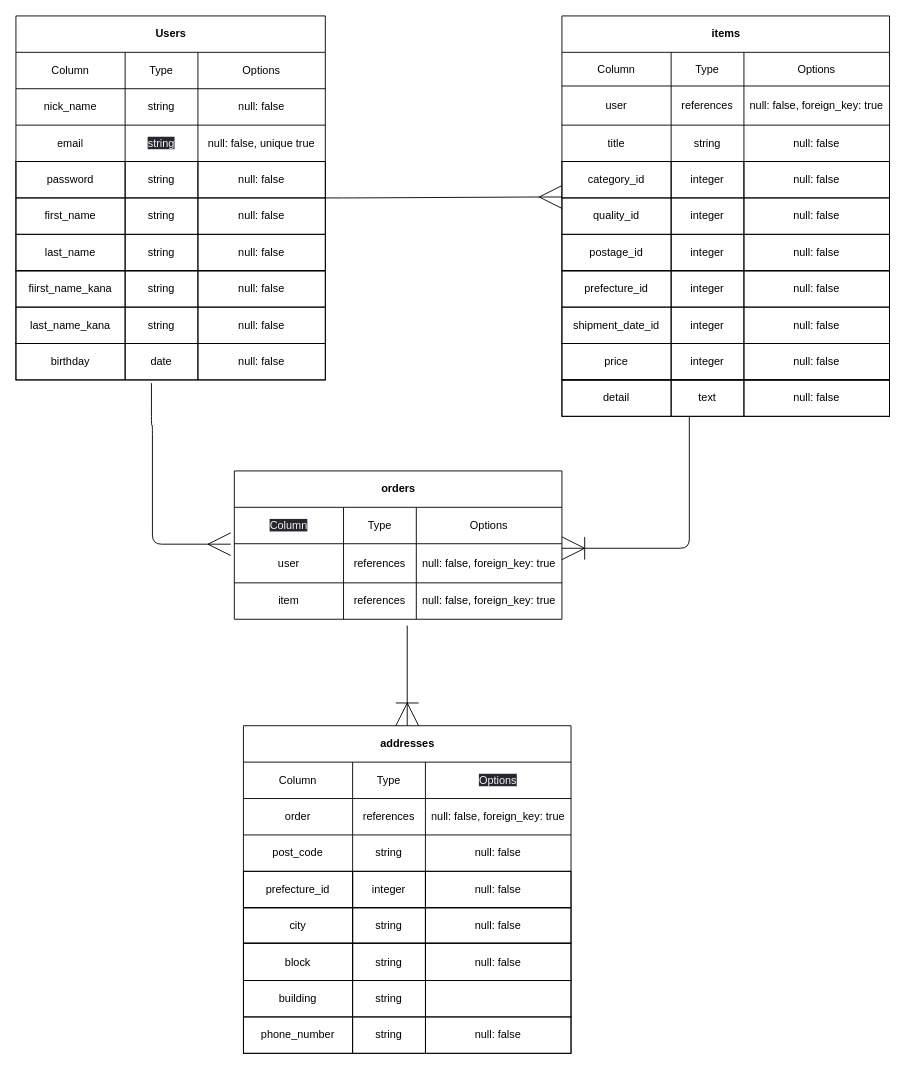
meita33/furima-38931 keeps this draw.io diagram as furima.dio. Above is the earlier version. Source tidied: cells renumbered, new cells numbered last; positions are measured from the earlier drawing's top-left corner, leaving out a move shared by most shapes. Both pictures are drawn from the tidied source at 91%, with x=0, y=0 at pixel (15, 15).
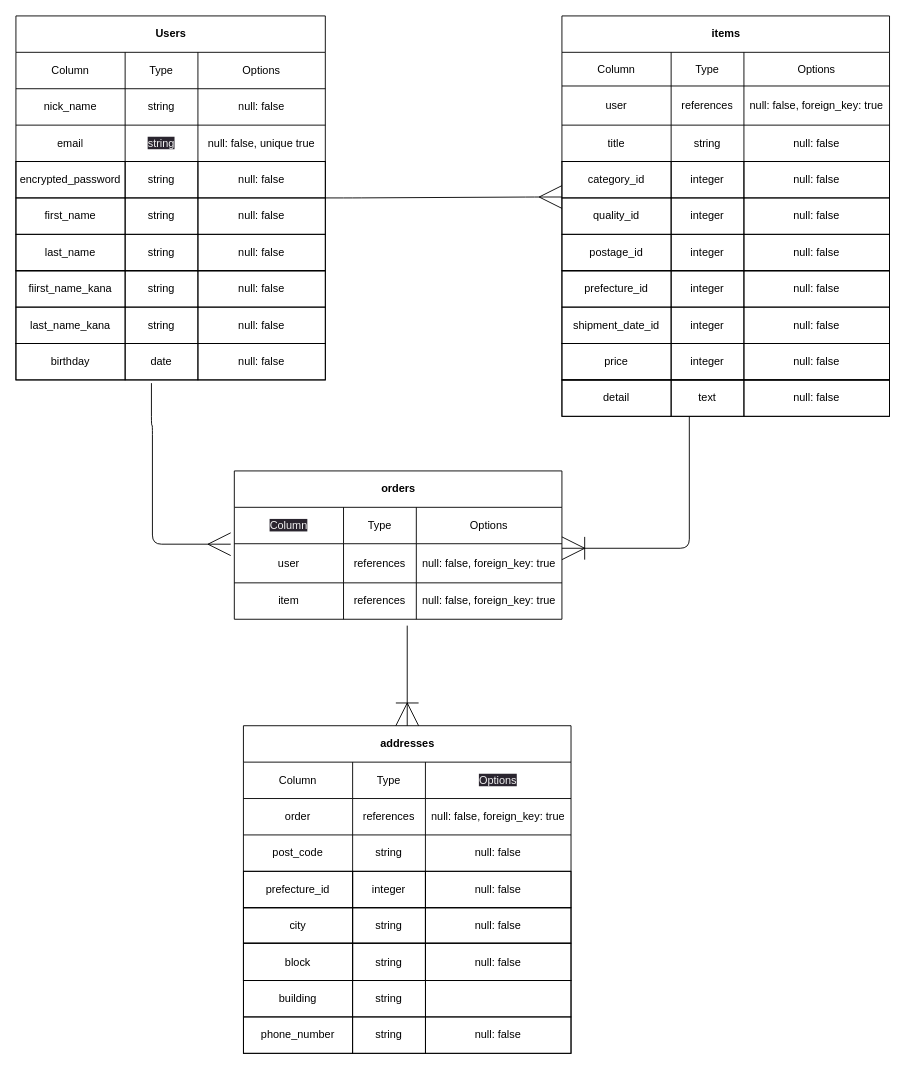
Above is the later version.

Commit message (it also covers changes not shown here):
データベース設計の実装：修正１回目

The change refers to these unchanged cells:
```xml
<mxCell id="16" style="shape=tableRow;horizontal=0;startSize=0;swimlaneHead=0;swimlaneBody=0;top=0;left=0;bottom=0;right=0;fontStyle=0;fillColor=none;strokeColor=inherit;labelBackgroundColor=none;" parent="15" vertex="1">
  <mxGeometry width="340" height="40" as="geometry" />
</mxCell>
```

Diff of the diagram source:
```diff
@@
-    <mxCell id="17" value="password" style="strokeColor=inherit;fillColor=none;align=center;whiteSpace=wrap;html=1;labelBackgroundColor=none;" parent="16" vertex="1">
+    <mxCell id="17" value="encrypted_password" style="strokeColor=inherit;fillColor=none;align=center;whiteSpace=wrap;html=1;labelBackgroundColor=none;" parent="16" vertex="1">
       <mxGeometry width="120" height="40" as="geometry" />
     </mxCell>
```
